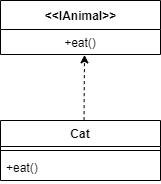
Before: 4 Design Principles/Generalization Implementation Class Diagram.png, a diagram exported from draw.io (smitbmx/Architecture-Diagrams). Source tidied: cells renumbered, new cells last; positions are measured from the earlier drawing's top-left corner, leaving out a move shared by most shapes. The source it was exported from:
```xml
<mxGraphModel>
  <root>
    <mxCell id="0" />
    <mxCell id="1" parent="0" />
    <mxCell id="2" value="&amp;lt;&amp;lt;IAnimal&amp;gt;&amp;gt;" style="swimlane;fontStyle=1;align=center;verticalAlign=middle;horizontal=1;startSize=29;html=1;" parent="1" vertex="1">
      <mxGeometry width="160" height="54" as="geometry" />
    </mxCell>
    <mxCell id="3" value="+eat()" style="text;html=1;strokeColor=none;fillColor=none;align=center;verticalAlign=middle;spacingLeft=4;spacingRight=4;overflow=hidden;points=[[0,0.5],[1,0.5]];portConstraint=eastwest;" parent="2" vertex="1">
      <mxGeometry y="29" width="160" height="25" as="geometry" />
    </mxCell>
    <mxCell id="4" value="Cat" style="swimlane;fontStyle=1;align=center;verticalAlign=top;horizontal=1;startSize=26;" parent="1" vertex="1">
      <mxGeometry y="120" width="160" height="60" as="geometry" />
    </mxCell>
    <mxCell id="5" style="line;strokeWidth=1;fillColor=none;align=left;verticalAlign=middle;spacingTop=-1;spacingLeft=3;spacingRight=3;labelPosition=right;" parent="4" vertex="1">
      <mxGeometry y="26" width="160" height="8" as="geometry" />
    </mxCell>
    <mxCell id="6" value="+eat()" style="text;strokeColor=none;fillColor=none;align=left;verticalAlign=top;spacingLeft=4;spacingRight=4;overflow=hidden;" parent="4" vertex="1">
      <mxGeometry y="34" width="160" height="26" as="geometry" />
    </mxCell>
    <mxCell id="7" style="endArrow=classic;html=1;dashed=1;entryX=0.525;entryY=1.015;entryDx=0;entryDy=0;entryPerimeter=0;exitX=0.522;exitY=-0.006;exitDx=0;exitDy=0;exitPerimeter=0;" parent="1" edge="1" source="4" target="3">
      <mxGeometry relative="1" as="geometry" />
    </mxCell>
  </root>
</mxGraphModel>
```
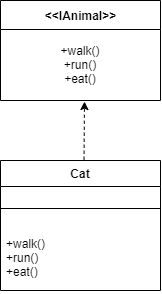
The same diagram one commit later.

Diff of the diagram source:
```diff
@@ -3,19 +3,19 @@
     <mxCell id="0" />
     <mxCell id="1" parent="0" />
     <mxCell id="2" value="&amp;lt;&amp;lt;IAnimal&amp;gt;&amp;gt;" style="swimlane;fontStyle=1;align=center;verticalAlign=middle;horizontal=1;startSize=29;html=1;" parent="1" vertex="1">
-      <mxGeometry width="160" height="54" as="geometry" />
+      <mxGeometry width="160" height="100" as="geometry" />
     </mxCell>
-    <mxCell id="3" value="+eat()" style="text;html=1;strokeColor=none;fillColor=none;align=center;verticalAlign=middle;spacingLeft=4;spacingRight=4;overflow=hidden;points=[[0,0.5],[1,0.5]];portConstraint=eastwest;" parent="2" vertex="1">
-      <mxGeometry y="29" width="160" height="25" as="geometry" />
+    <mxCell id="3" value="+walk()&lt;br&gt;+run()&lt;br&gt;+eat()" style="text;html=1;strokeColor=none;fillColor=none;align=center;verticalAlign=middle;spacingLeft=4;spacingRight=4;overflow=hidden;points=[[0,0.5],[1,0.5]];portConstraint=eastwest;" parent="2" vertex="1">
+      <mxGeometry y="29" width="160" height="71" as="geometry" />
     </mxCell>
     <mxCell id="4" value="Cat" style="swimlane;fontStyle=1;align=center;verticalAlign=top;horizontal=1;startSize=26;" parent="1" vertex="1">
-      <mxGeometry y="120" width="160" height="60" as="geometry" />
+      <mxGeometry y="160" width="160" height="130" as="geometry" />
     </mxCell>
     <mxCell id="5" style="line;strokeWidth=1;fillColor=none;align=left;verticalAlign=middle;spacingTop=-1;spacingLeft=3;spacingRight=3;labelPosition=right;" parent="4" vertex="1">
-      <mxGeometry y="26" width="160" height="8" as="geometry" />
+      <mxGeometry y="26" width="160" height="44" as="geometry" />
     </mxCell>
-    <mxCell id="6" value="+eat()" style="text;strokeColor=none;fillColor=none;align=left;verticalAlign=top;spacingLeft=4;spacingRight=4;overflow=hidden;" parent="4" vertex="1">
-      <mxGeometry y="34" width="160" height="26" as="geometry" />
+    <mxCell id="6" value="+walk()&#10;+run()&#10;+eat()" style="text;strokeColor=none;fillColor=none;align=left;verticalAlign=top;spacingLeft=4;spacingRight=4;overflow=hidden;" parent="4" vertex="1">
+      <mxGeometry y="70" width="160" height="60" as="geometry" />
     </mxCell>
     <mxCell id="7" style="endArrow=classic;html=1;dashed=1;entryX=0.525;entryY=1.015;entryDx=0;entryDy=0;entryPerimeter=0;exitX=0.522;exitY=-0.006;exitDx=0;exitDy=0;exitPerimeter=0;" parent="1" edge="1" source="4" target="3">
       <mxGeometry relative="1" as="geometry" />
```
